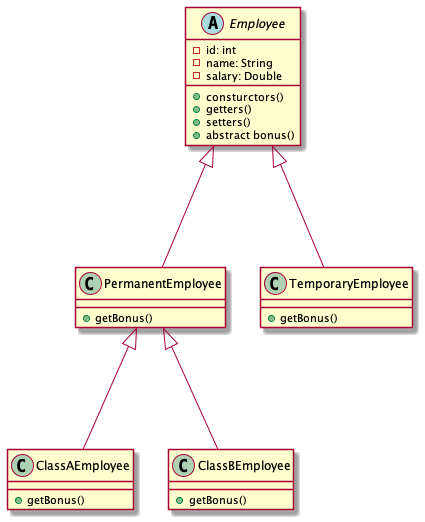
This is out/ocp/ocp.png from kayartaya-vinod/2021-SEP-TARGET-2, a PlantUML export, as it was before one commit.
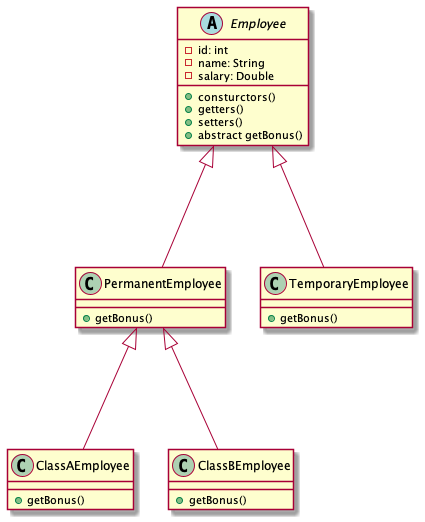
After the change.

Diff of the diagram source:
```diff
@@ -8,7 +8,7 @@
     + consturctors()
     + getters()
     + setters()
-    + abstract bonus()
+    + abstract getBonus()
 }
 
 Employee <|--- PermanentEmployee
```
